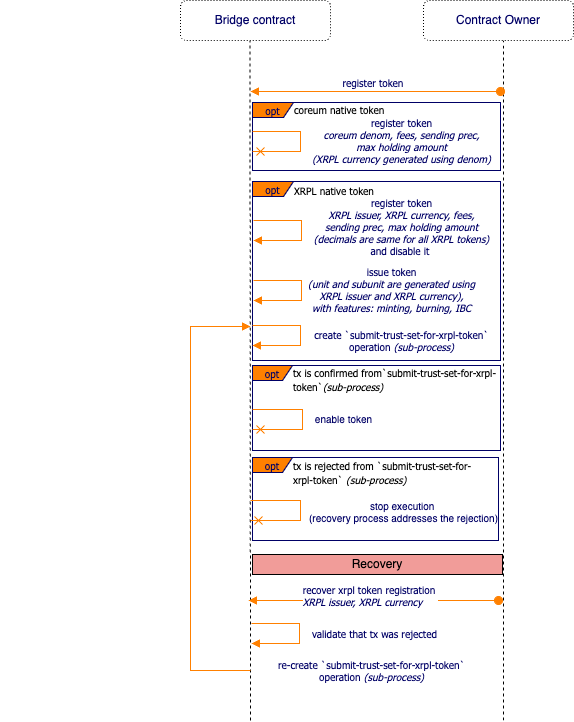
The draw.io diagram spec/img/register-token.png in CoreumFoundation/coreumbridge-xrpl, before a commit. Source tidied: cells renumbered, new cells last; positions are measured from the earlier drawing's top-left corner, leaving out a move shared by most shapes.
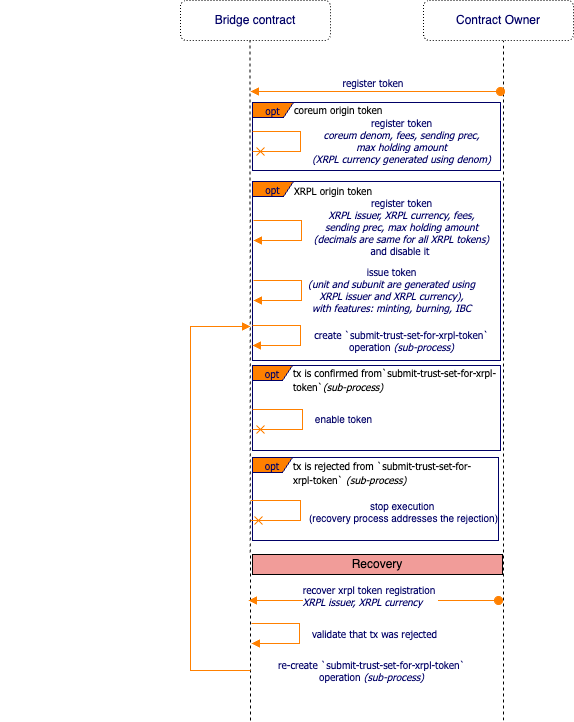
The same file after the commit.

Diff of the diagram source:
```diff
@@ -67,13 +67,13 @@
     <mxCell id="15" value="&lt;span style=&quot;color: rgb(0, 0, 102); font-family: Tahoma; font-size: 10px; font-style: normal; font-variant-ligatures: normal; font-variant-caps: normal; font-weight: 400; letter-spacing: normal; orphans: 2; text-align: center; text-indent: 0px; text-transform: none; widows: 2; word-spacing: 0px; -webkit-text-stroke-width: 0px; background-color: rgb(255, 255, 255); text-decoration-thickness: initial; text-decoration-style: initial; text-decoration-color: initial; float: none; display: inline !important;&quot;&gt;&amp;nbsp;&lt;/span&gt;" style="text;whiteSpace=wrap;html=1;" parent="1" vertex="1">
       <mxGeometry x="270" y="250" width="150" height="60" as="geometry" />
     </mxCell>
-    <mxCell id="16" value="coreum native token&lt;br&gt;&amp;nbsp;&amp;nbsp;" style="text;html=1;align=left;verticalAlign=top;spacingTop=-4;fontSize=10;fontFamily=Tahoma;fontColor=#000000;" parent="1" vertex="1">
+    <mxCell id="16" value="coreum origin token&lt;br&gt;&amp;nbsp;&amp;nbsp;" style="text;html=1;align=left;verticalAlign=top;spacingTop=-4;fontSize=10;fontFamily=Tahoma;fontColor=#000000;" parent="1" vertex="1">
       <mxGeometry x="292" y="101" width="110" height="30" as="geometry" />
     </mxCell>
     <mxCell id="17" style="edgeStyle=orthogonalEdgeStyle;rounded=0;jettySize=auto;html=1;" parent="1" edge="1" source="18" target="15">
       <mxGeometry relative="1" as="geometry" />
     </mxCell>
-    <mxCell id="18" value="XRPL native token&lt;br&gt;&amp;nbsp;&amp;nbsp;" style="text;html=1;points=[];align=left;verticalAlign=top;spacingTop=-4;fontSize=10;fontFamily=Tahoma;fontColor=#000000;" parent="1" vertex="1">
+    <mxCell id="18" value="XRPL origin token&lt;br&gt;&amp;nbsp;&amp;nbsp;" style="text;html=1;points=[];align=left;verticalAlign=top;spacingTop=-4;fontSize=10;fontFamily=Tahoma;fontColor=#000000;" parent="1" vertex="1">
       <mxGeometry x="292" y="182" width="100" height="30" as="geometry" />
     </mxCell>
     <mxCell id="19" value="&lt;span style=&quot;border-color: var(--border-color); text-align: center;&quot;&gt;validate that tx was rejected&lt;br&gt;&lt;/span&gt;" style="edgeStyle=orthogonalEdgeStyle;html=1;align=left;spacingLeft=2;endArrow=block;rounded=0;strokeColor=#FF8000;fontFamily=Tahoma;fontSize=10;fontColor=#000066;endFill=1;" parent="1" edge="1">
```
